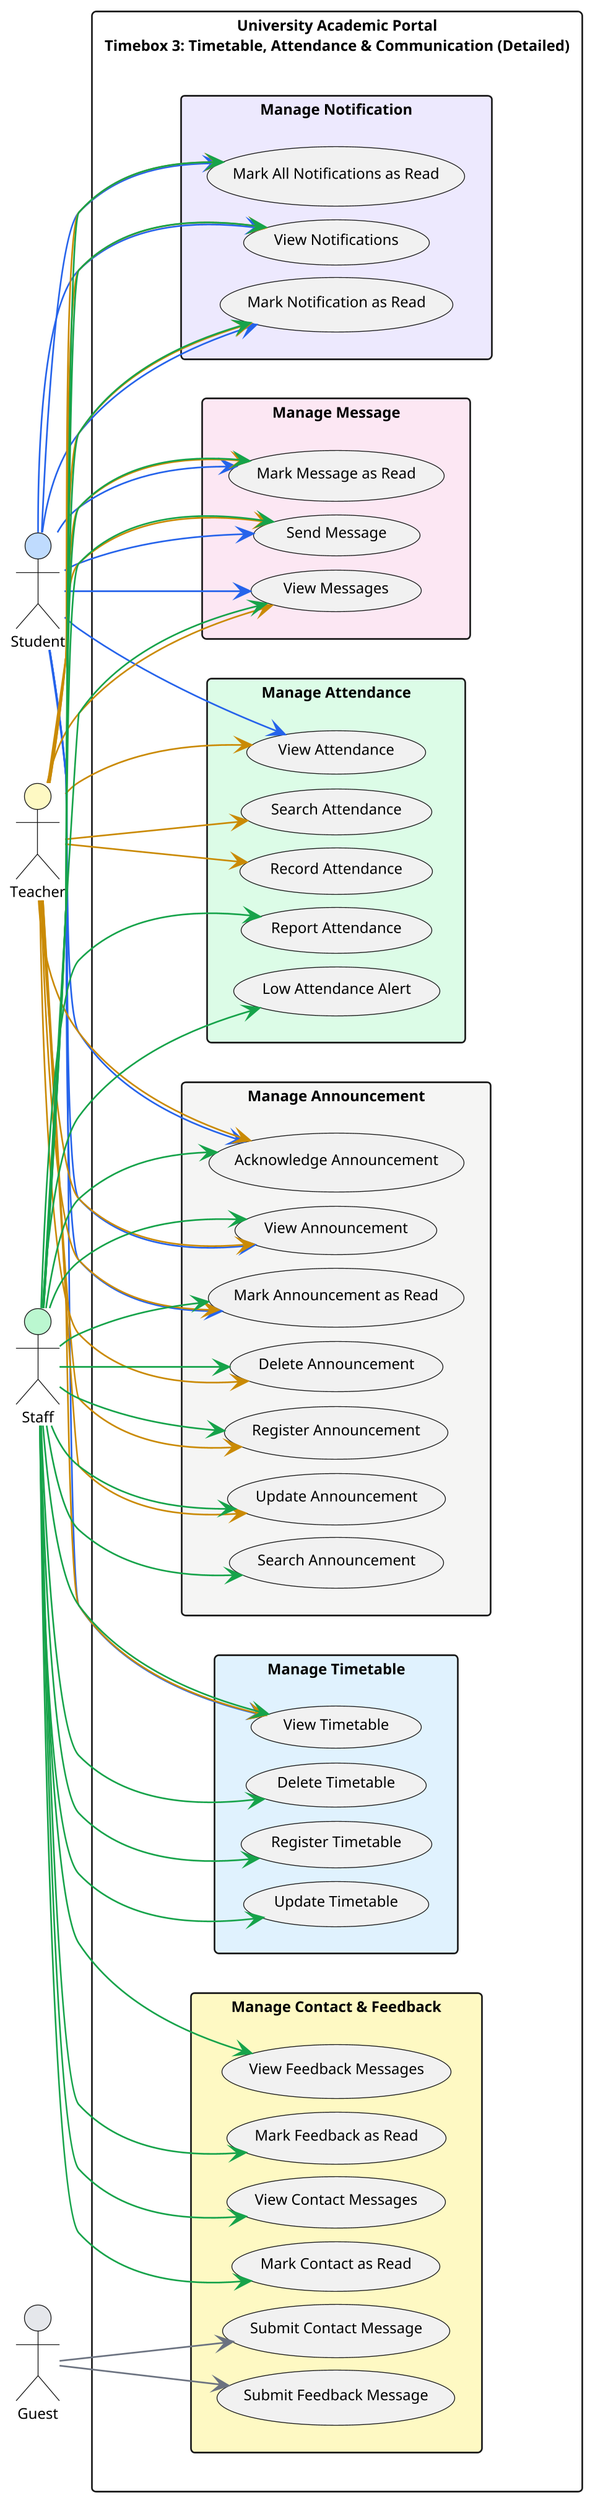
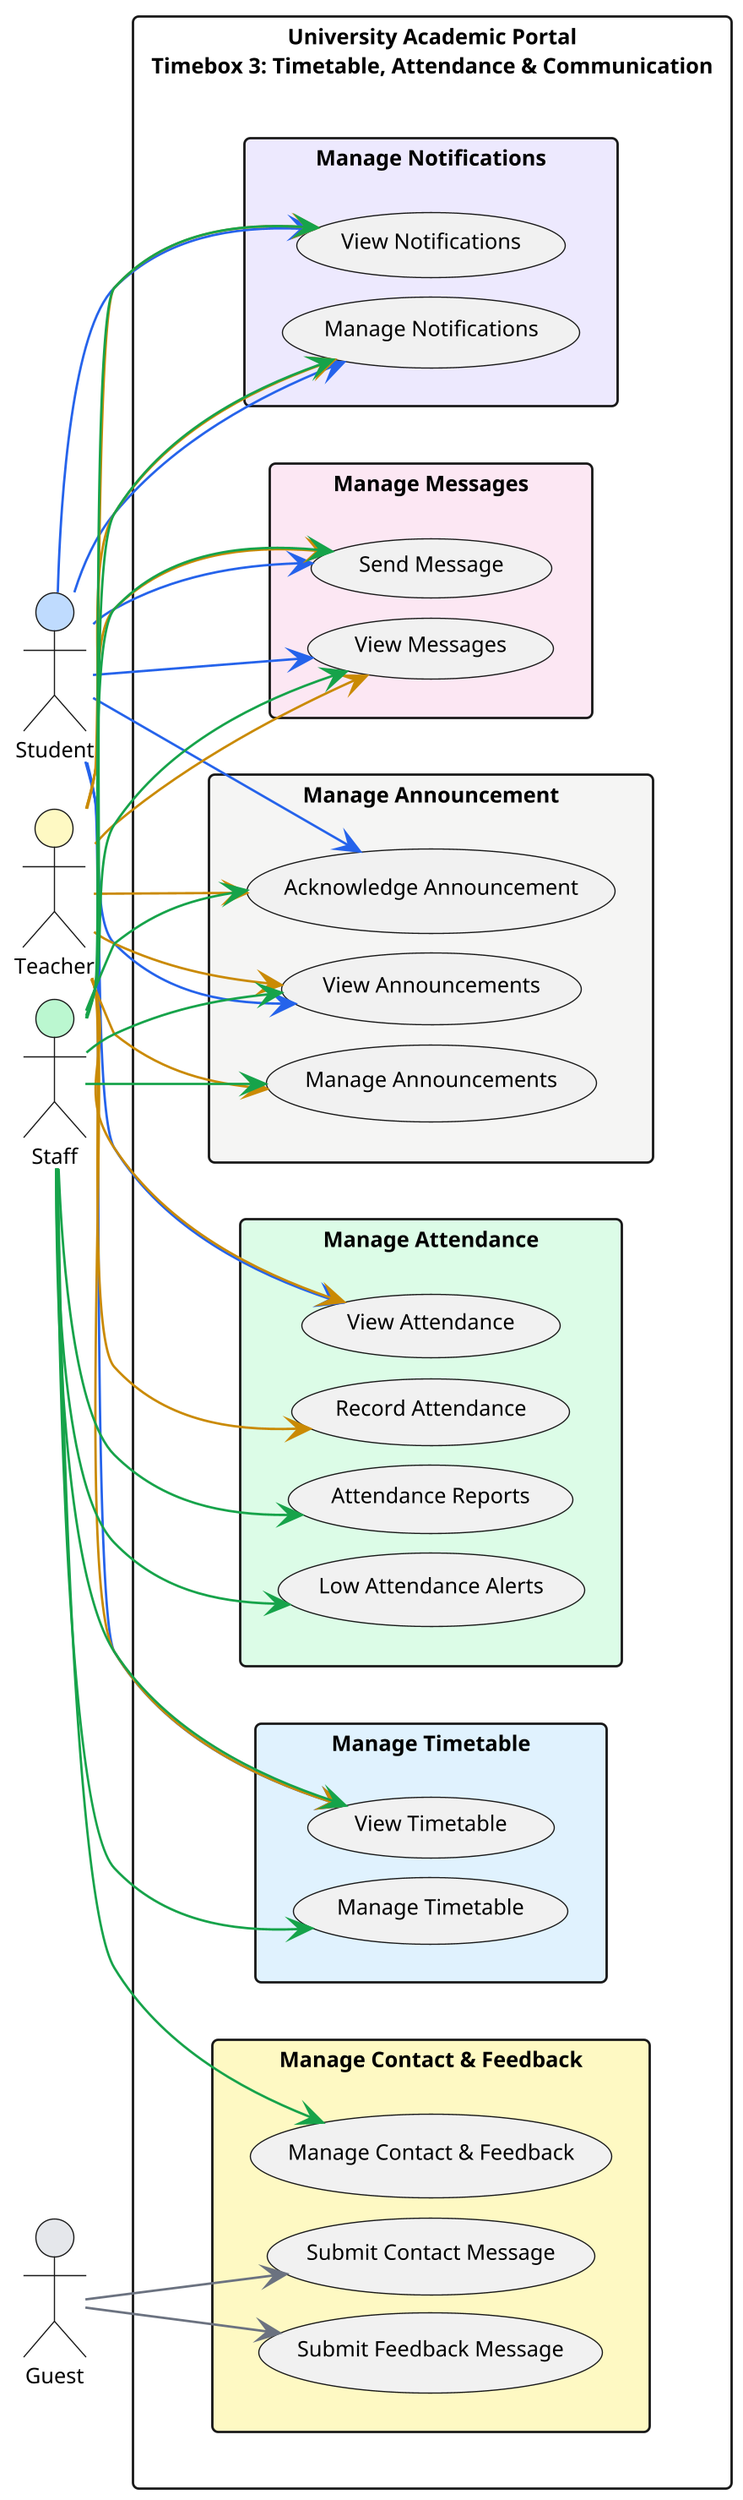
@startuml Timebox3_UseCaseDiagram
left to right direction
skinparam packageStyle rectangle
skinparam shadowing false
skinparam dpi 300

- ' Detailed diagram - covers full FR list 5.3.1 (ML level)
- scale 0.85
+ scale 0.9
skinparam defaultFontSize 9
skinparam ranksep 8
skinparam nodesep 8
skinparam RectanglePadding 5

actor "Student" as Student #BFDBFE
actor "Teacher" as Teacher #FEF9C3
- actor "Staff" as Staff #BBF7D0
- actor "Guest" as Guest #E5E7EB
+ actor "Staff"   as Staff   #BBF7D0
+ actor "Guest"   as Guest   #E5E7EB

- rectangle "University Academic Portal\nTimebox 3: Timetable, Attendance & Communication (Detailed)" #FFFFFF {
+ rectangle "University Academic Portal\nTimebox 3: Timetable, Attendance & Communication" #FFFFFF {

  rectangle "Manage Timetable" #E0F2FE {
-     usecase "Register Timetable" as UC_T1
-     usecase "Update Timetable" as UC_T2
-     usecase "Delete Timetable" as UC_T3
-     usecase "View Timetable" as UC_T4
+     usecase "Manage Timetable" as UC_TimetableManage
+     usecase "View Timetable"   as UC_TimetableView
  }

  rectangle "Manage Attendance" #DCFCE7 {
-     usecase "Record Attendance" as UC_A1
-     usecase "View Attendance" as UC_A2
-     usecase "Search Attendance" as UC_A3
-     usecase "Report Attendance" as UC_A4
-     usecase "Low Attendance Alert" as UC_A5
+     usecase "Record Attendance"       as UC_AttendanceRecord
+     usecase "View Attendance"         as UC_AttendanceView
+     usecase "Attendance Reports"      as UC_AttendanceReport
+     usecase "Low Attendance Alerts"   as UC_AttendanceAlert
  }

  rectangle "Manage Announcement" #F5F5F4 {
-     usecase "Register Announcement" as UC_N1
-     usecase "Update Announcement" as UC_N2
-     usecase "Delete Announcement" as UC_N3
-     usecase "View Announcement" as UC_N4
-     usecase "Mark Announcement as Read" as UC_N5
-     usecase "Acknowledge Announcement" as UC_N6
-     usecase "Search Announcement" as UC_N7
+     usecase "Manage Announcements"    as UC_AnnouncementManage
+     usecase "View Announcements"      as UC_AnnouncementView
+     usecase "Acknowledge Announcement" as UC_AnnouncementAck
  }

-   rectangle "Manage Message" #FCE7F3 {
-     usecase "Send Message" as UC_M1
-     usecase "View Messages" as UC_M2
-     usecase "Mark Message as Read" as UC_M3
+   rectangle "Manage Messages" #FCE7F3 {
+     usecase "Send Message"  as UC_MessageSend
+     usecase "View Messages" as UC_MessageView
  }

  rectangle "Manage Contact & Feedback" #FEF9C3 {
-     usecase "Submit Contact Message" as UC_C0
-     usecase "View Contact Messages" as UC_C1
-     usecase "Mark Contact as Read" as UC_C2
-     usecase "Submit Feedback Message" as UC_F0
-     usecase "View Feedback Messages" as UC_F1
-     usecase "Mark Feedback as Read" as UC_F2
+     usecase "Submit Contact Message"   as UC_ContactSubmit
+     usecase "Submit Feedback Message"  as UC_FeedbackSubmit
+     usecase "Manage Contact & Feedback" as UC_ContactFeedbackManage
  }

-   rectangle "Manage Notification" #EDE9FE {
-     usecase "View Notifications" as UC_O1
-     usecase "Mark Notification as Read" as UC_O2
-     usecase "Mark All Notifications as Read" as UC_O3
+   rectangle "Manage Notifications" #EDE9FE {
+     usecase "View Notifications"       as UC_NotificationView
+     usecase "Manage Notifications"     as UC_NotificationManage
  }
}

' Guest
- Guest -[#6B7280]-> UC_C0
- Guest -[#6B7280]-> UC_F0
+ Guest -[#6B7280]-> UC_ContactSubmit
+ Guest -[#6B7280]-> UC_FeedbackSubmit

' Student
- Student -[#2563EB]-> UC_T4
- Student -[#2563EB]-> UC_A2
- Student -[#2563EB]-> UC_N4
- Student -[#2563EB]-> UC_N5
- Student -[#2563EB]-> UC_N6
- Student -[#2563EB]-> UC_M1
- Student -[#2563EB]-> UC_M2
- Student -[#2563EB]-> UC_M3
- Student -[#2563EB]-> UC_O1
- Student -[#2563EB]-> UC_O2
- Student -[#2563EB]-> UC_O3
+ Student -[#2563EB]-> UC_TimetableView
+ Student -[#2563EB]-> UC_AttendanceView
+ Student -[#2563EB]-> UC_AnnouncementView
+ Student -[#2563EB]-> UC_AnnouncementAck
+ Student -[#2563EB]-> UC_MessageSend
+ Student -[#2563EB]-> UC_MessageView
+ Student -[#2563EB]-> UC_NotificationView
+ Student -[#2563EB]-> UC_NotificationManage

' Teacher
- Teacher -[#CA8A04]-> UC_T4
- Teacher -[#CA8A04]-> UC_A1
- Teacher -[#CA8A04]-> UC_A2
- Teacher -[#CA8A04]-> UC_A3
- Teacher -[#CA8A04]-> UC_N1
- Teacher -[#CA8A04]-> UC_N2
- Teacher -[#CA8A04]-> UC_N3
- Teacher -[#CA8A04]-> UC_N4
- Teacher -[#CA8A04]-> UC_N5
- Teacher -[#CA8A04]-> UC_N6
- Teacher -[#CA8A04]-> UC_M1
- Teacher -[#CA8A04]-> UC_M2
- Teacher -[#CA8A04]-> UC_M3
- Teacher -[#CA8A04]-> UC_O1
- Teacher -[#CA8A04]-> UC_O2
- Teacher -[#CA8A04]-> UC_O3
+ Teacher -[#CA8A04]-> UC_TimetableView
+ Teacher -[#CA8A04]-> UC_AttendanceRecord
+ Teacher -[#CA8A04]-> UC_AttendanceView
+ Teacher -[#CA8A04]-> UC_AnnouncementManage
+ Teacher -[#CA8A04]-> UC_AnnouncementView
+ Teacher -[#CA8A04]-> UC_AnnouncementAck
+ Teacher -[#CA8A04]-> UC_MessageSend
+ Teacher -[#CA8A04]-> UC_MessageView
+ Teacher -[#CA8A04]-> UC_NotificationView
+ Teacher -[#CA8A04]-> UC_NotificationManage

' Staff
- Staff -[#16A34A]-> UC_T1
- Staff -[#16A34A]-> UC_T2
- Staff -[#16A34A]-> UC_T3
- Staff -[#16A34A]-> UC_T4
- Staff -[#16A34A]-> UC_A4
- Staff -[#16A34A]-> UC_A5
- Staff -[#16A34A]-> UC_N1
- Staff -[#16A34A]-> UC_N2
- Staff -[#16A34A]-> UC_N3
- Staff -[#16A34A]-> UC_N7
- Staff -[#16A34A]-> UC_N4
- Staff -[#16A34A]-> UC_N5
- Staff -[#16A34A]-> UC_N6
- Staff -[#16A34A]-> UC_M1
- Staff -[#16A34A]-> UC_M2
- Staff -[#16A34A]-> UC_M3
- Staff -[#16A34A]-> UC_C1
- Staff -[#16A34A]-> UC_C2
- Staff -[#16A34A]-> UC_F1
- Staff -[#16A34A]-> UC_F2
- Staff -[#16A34A]-> UC_O1
- Staff -[#16A34A]-> UC_O2
- Staff -[#16A34A]-> UC_O3
+ Staff -[#16A34A]-> UC_TimetableManage
+ Staff -[#16A34A]-> UC_TimetableView
+ Staff -[#16A34A]-> UC_AttendanceReport
+ Staff -[#16A34A]-> UC_AttendanceAlert
+ Staff -[#16A34A]-> UC_AnnouncementManage
+ Staff -[#16A34A]-> UC_AnnouncementView
+ Staff -[#16A34A]-> UC_AnnouncementAck
+ Staff -[#16A34A]-> UC_MessageSend
+ Staff -[#16A34A]-> UC_MessageView
+ Staff -[#16A34A]-> UC_ContactFeedbackManage
+ Staff -[#16A34A]-> UC_NotificationView
+ Staff -[#16A34A]-> UC_NotificationManage

@enduml
